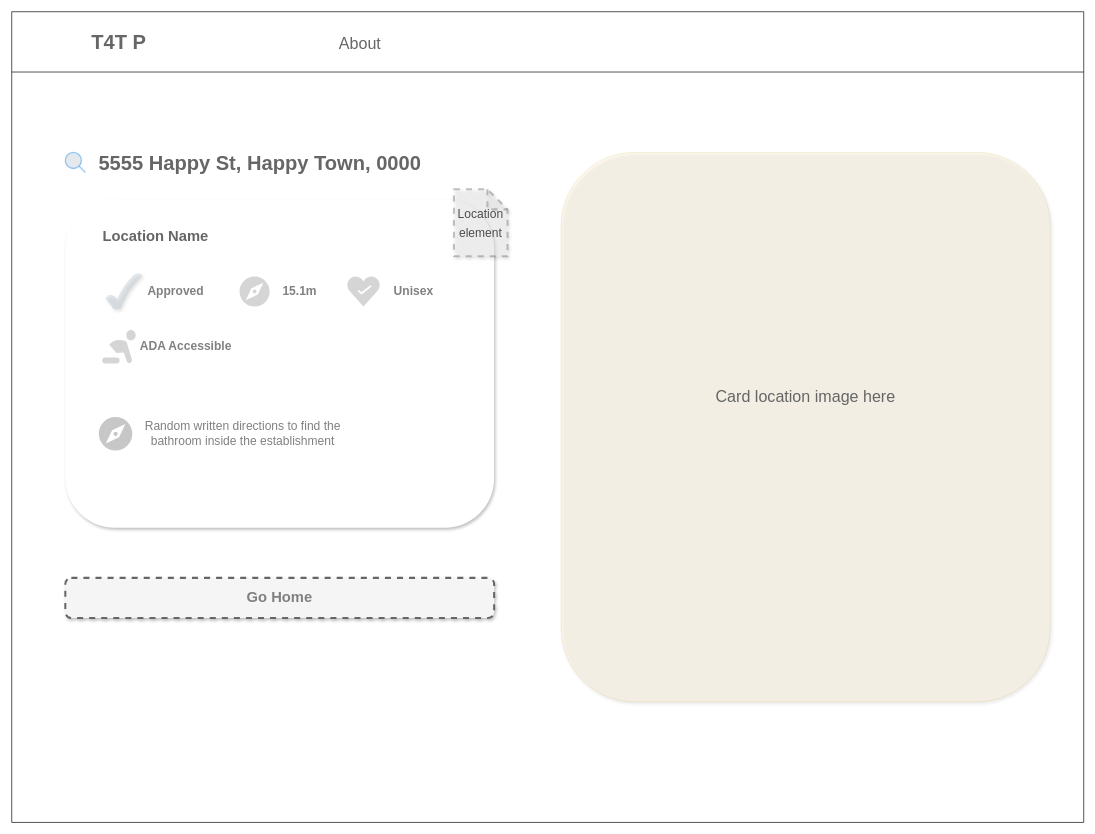
This is page "After-Click" (2 of 4) of t4t-p/src/Markups/wireframe.drawio from AsherSpurr/t4t-p, a draw.io file, before an edit. Source tidied: cells renumbered, new cells numbered last; positions are measured from the earlier drawing's top-left corner, leaving out a move shared by most shapes. Both pictures are drawn from the tidied source at 67%, with x=0, y=0 at pixel (11, 11).
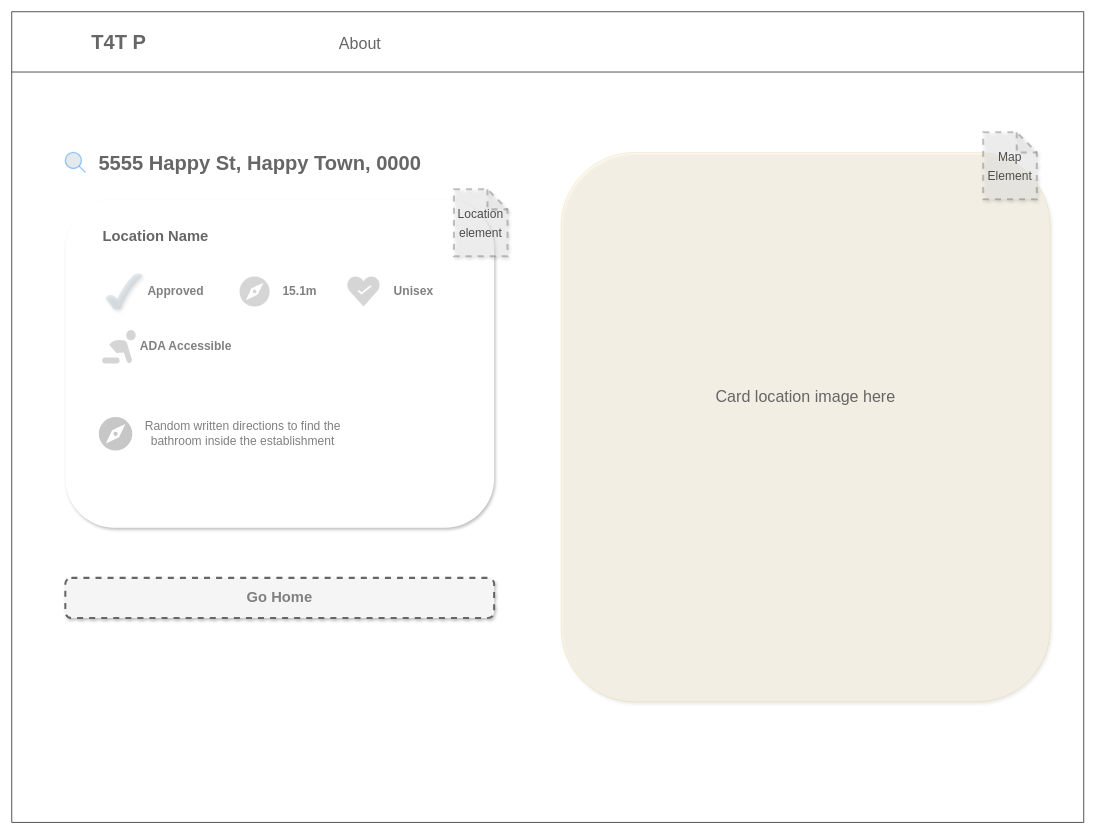
Above is the later version.

The change refers to these unchanged cells:
```xml
<mxCell id="2" style="swimlane;whiteSpace=wrap;html=1;startSize=90;" parent="1" vertex="1">
  <mxGeometry width="1600" height="1210" as="geometry" />
</mxCell>
```

Change to the diagram source:
```diff
@@
+    <mxCell id="24" value="&lt;font color=&quot;#4d4d4d&quot; style=&quot;font-size: 18px;&quot;&gt;Map Element&lt;/font&gt;" style="shape=note;whiteSpace=wrap;html=1;backgroundOutline=1;darkOpacity=0.05;rounded=1;shadow=1;dashed=1;strokeColor=#666666;strokeWidth=3;fontSize=22;fontColor=#333333;fillColor=#f5f5f5;opacity=40;" parent="2" vertex="1">
+      <mxGeometry x="1450" y="180" width="80" height="100" as="geometry" />
+    </mxCell>
```
